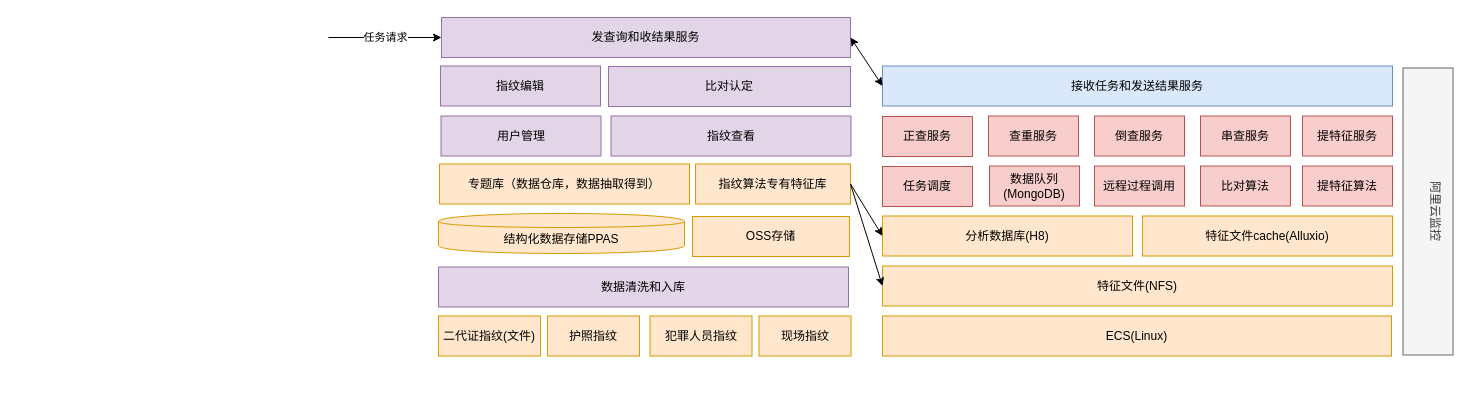
This is page "Page-2" (2 of 2) of 业务模型.drawio from gray2blue/Sudoku, a draw.io file, before an edit. Source tidied: cells renumbered, new cells numbered last; positions are measured from the earlier drawing's top-left corner, leaving out a move shared by most shapes. Both pictures are drawn from the tidied source at 100%, with x=0, y=0 at pixel (328, 17).
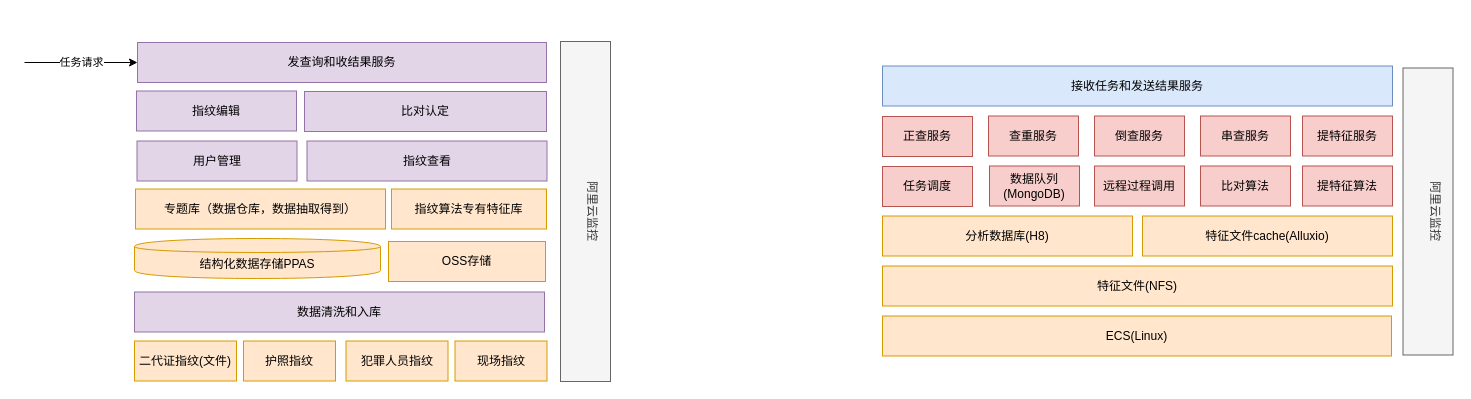
After the change.

Unchanged cells that the change refers to:
```xml
<mxCell id="4" value="特征文件(NFS)" style="rounded=0;whiteSpace=wrap;html=1;fillColor=#ffe6cc;strokeColor=#d79b00;" parent="1" vertex="1">
  <mxGeometry x="554" y="248.5" width="510" height="40" as="geometry" />
</mxCell>
<mxCell id="6" value="接收任务和发送结果服务" style="rounded=0;whiteSpace=wrap;html=1;fillColor=#dae8fc;strokeColor=#6c8ebf;" parent="1" vertex="1">
  <mxGeometry x="554" y="48.5" width="510" height="40" as="geometry" />
</mxCell>
<mxCell id="14" value="分析数据库(H8)" style="rounded=0;whiteSpace=wrap;html=1;fillColor=#ffe6cc;strokeColor=#d79b00;" parent="1" vertex="1">
  <mxGeometry x="554" y="198.5" width="250" height="40" as="geometry" />
</mxCell>
```

Change to the diagram source:
```diff
@@
     <mxCell id="5" value="指纹查看" style="rounded=0;whiteSpace=wrap;html=1;fillColor=#e1d5e7;strokeColor=#9673a6;" parent="1" vertex="1">
-      <mxGeometry x="282.5" y="98.5" width="240" height="40" as="geometry" />
+      <mxGeometry x="-21.5" y="123.5" width="240" height="40" as="geometry" />
     </mxCell>
@@
     <mxCell id="8" value="指纹编辑" style="rounded=0;whiteSpace=wrap;html=1;fillColor=#e1d5e7;strokeColor=#9673a6;" parent="1" vertex="1">
-      <mxGeometry x="112" y="48.5" width="160" height="40" as="geometry" />
+      <mxGeometry x="-192" y="73.5" width="160" height="40" as="geometry" />
     </mxCell>
     <mxCell id="9" value="比对认定" style="rounded=0;whiteSpace=wrap;html=1;fillColor=#e1d5e7;strokeColor=#9673a6;" parent="1" vertex="1">
-      <mxGeometry x="280" y="49" width="242" height="40" as="geometry" />
+      <mxGeometry x="-24" y="74" width="242" height="40" as="geometry" />
     </mxCell>
     <mxCell id="10" value="用户管理&lt;br&gt;" style="rounded=0;whiteSpace=wrap;html=1;fillColor=#e1d5e7;strokeColor=#9673a6;" parent="1" vertex="1">
-      <mxGeometry x="112.5" y="98.5" width="160" height="40" as="geometry" />
+      <mxGeometry x="-191.5" y="123.5" width="160" height="40" as="geometry" />
     </mxCell>
@@
     <mxCell id="12" value="结构化数据存储PPAS" style="shape=cylinder;whiteSpace=wrap;html=1;boundedLbl=1;backgroundOutline=1;fillColor=#ffe6cc;strokeColor=#d79b00;" parent="1" vertex="1">
-      <mxGeometry x="110" y="196" width="246" height="40" as="geometry" />
+      <mxGeometry x="-194" y="221" width="246" height="40" as="geometry" />
     </mxCell>
     <mxCell id="13" value="OSS存储" style="rounded=0;whiteSpace=wrap;html=1;fillColor=#ffe6cc;strokeColor=#d79b00;" parent="1" vertex="1">
-      <mxGeometry x="364" y="199" width="157" height="40" as="geometry" />
+      <mxGeometry x="60" y="224" width="157" height="40" as="geometry" />
     </mxCell>
@@
     <mxCell id="15" value="专题库（数据仓库，数据抽取得到）" style="rounded=0;whiteSpace=wrap;html=1;fillColor=#ffe6cc;strokeColor=#d79b00;" parent="1" vertex="1">
-      <mxGeometry x="111" y="146.5" width="250" height="40" as="geometry" />
+      <mxGeometry x="-193" y="171.5" width="250" height="40" as="geometry" />
     </mxCell>
@@
     <mxCell id="23" value="发查询和收结果服务" style="rounded=0;whiteSpace=wrap;html=1;fillColor=#e1d5e7;strokeColor=#9673a6;" parent="1" vertex="1">
-      <mxGeometry x="113" width="409" height="40" as="geometry" />
+      <mxGeometry x="-191" y="25" width="409" height="40" as="geometry" />
     </mxCell>
-    <mxCell id="24" style="endArrow=classic;startArrow=classic;html=1;entryX=0;entryY=0.5;entryDx=0;entryDy=0;exitX=1;exitY=0.5;exitDx=0;exitDy=0;" parent="1" edge="1" source="23" target="6">
-      <mxGeometry relative="1" as="geometry" />
-    </mxCell>
     <mxCell id="25" value="二代证指纹(文件)" style="rounded=0;whiteSpace=wrap;html=1;fillColor=#ffe6cc;strokeColor=#d79b00;" parent="1" vertex="1">
-      <mxGeometry x="110" y="298.5" width="102" height="40" as="geometry" />
+      <mxGeometry x="-194" y="323.5" width="102" height="40" as="geometry" />
     </mxCell>
     <mxCell id="26" value="护照指纹" style="rounded=0;whiteSpace=wrap;html=1;fillColor=#ffe6cc;strokeColor=#d79b00;" parent="1" vertex="1">
-      <mxGeometry x="219" y="298.5" width="92" height="40" as="geometry" />
+      <mxGeometry x="-85" y="323.5" width="92" height="40" as="geometry" />
     </mxCell>
     <mxCell id="27" value="犯罪人员指纹" style="rounded=0;whiteSpace=wrap;html=1;fillColor=#ffe6cc;strokeColor=#d79b00;" parent="1" vertex="1">
-      <mxGeometry x="321.5" y="298.5" width="102" height="40" as="geometry" />
+      <mxGeometry x="17.5" y="323.5" width="102" height="40" as="geometry" />
     </mxCell>
     <mxCell id="28" value="现场指纹" style="rounded=0;whiteSpace=wrap;html=1;fillColor=#ffe6cc;strokeColor=#d79b00;" parent="1" vertex="1">
-      <mxGeometry x="430.5" y="298.5" width="92" height="40" as="geometry" />
+      <mxGeometry x="126.5" y="323.5" width="92" height="40" as="geometry" />
     </mxCell>
     <mxCell id="29" value="数据清洗和入库" style="rounded=0;whiteSpace=wrap;html=1;fillColor=#e1d5e7;strokeColor=#9673a6;" parent="1" vertex="1">
-      <mxGeometry x="110" y="249.5" width="410" height="40" as="geometry" />
+      <mxGeometry x="-194" y="274.5" width="410" height="40" as="geometry" />
     </mxCell>
     <mxCell id="30" value="指纹算法专有特征库" style="rounded=0;whiteSpace=wrap;html=1;fillColor=#ffe6cc;strokeColor=#d79b00;" parent="1" vertex="1">
-      <mxGeometry x="367" y="146.5" width="155" height="40" as="geometry" />
+      <mxGeometry x="63" y="171.5" width="155" height="40" as="geometry" />
     </mxCell>
-    <mxCell id="31" style="endArrow=classic;html=1;entryX=0;entryY=0.5;entryDx=0;entryDy=0;exitX=1;exitY=0.5;exitDx=0;exitDy=0;" parent="1" edge="1" source="30" target="14">
-      <mxGeometry relative="1" as="geometry" />
-    </mxCell>
-    <mxCell id="32" style="endArrow=classic;html=1;entryX=0;entryY=0.5;entryDx=0;entryDy=0;exitX=1;exitY=0.5;exitDx=0;exitDy=0;" parent="1" edge="1" source="30" target="4">
-      <mxGeometry relative="1" as="geometry" />
-    </mxCell>
     <mxCell id="33" value="任务请求" style="endArrow=classic;html=1;entryX=0;entryY=0.5;entryDx=0;entryDy=0;" parent="1" edge="1" target="23">
       <mxGeometry relative="1" as="geometry">
-        <mxPoint y="20" as="sourcePoint" />
+        <mxPoint x="-304" y="45" as="sourcePoint" />
       </mxGeometry>
     </mxCell>
@@
+    <mxCell id="36" value="阿里云监控&lt;br&gt;&lt;br&gt;" style="rounded=0;whiteSpace=wrap;html=1;rotation=90;fillColor=#f5f5f5;strokeColor=#666666;fontColor=#333333;" parent="1" vertex="1">
+      <mxGeometry x="87" y="169" width="340" height="50" as="geometry" />
+    </mxCell>
```
